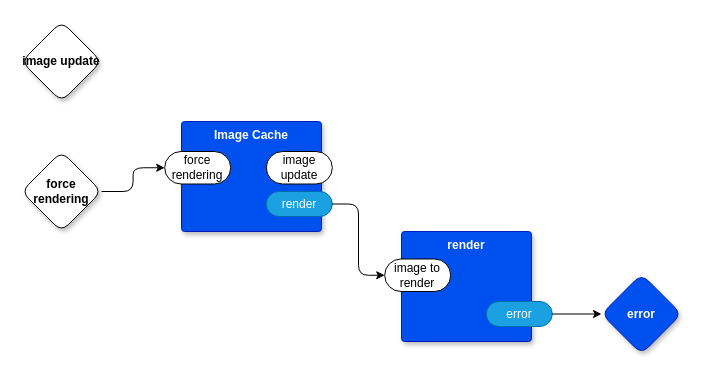
This is page "viewer" (3 of 4) of kartik.drawio from guitarvydas/kartik, a draw.io file, before an edit. Source tidied: cells renumbered, new cells numbered last; positions are measured from the earlier drawing's top-left corner, leaving out a move shared by most shapes. Both pictures are drawn from the tidied source at 100%, with x=0, y=0 at pixel (21, 21).
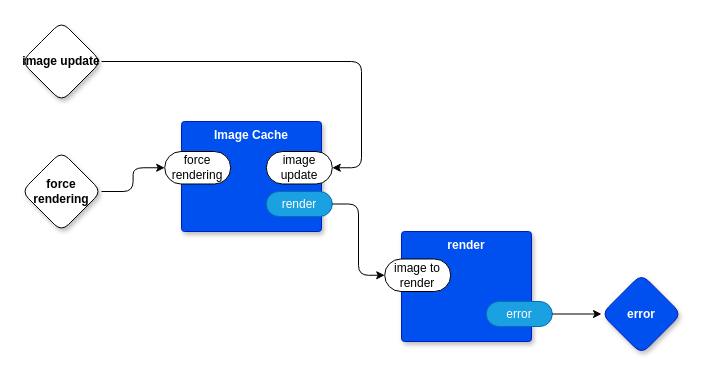
The same diagram, later.

Diff of the diagram source:
```diff
@@
 <mxGraphModel>
   <root>
     <mxCell id="0" />
     <mxCell id="1" parent="0" />
     <mxCell id="2" value="Image Cache" style="rounded=1;whiteSpace=wrap;html=1;sketch=0;verticalAlign=top;arcSize=6;fontStyle=1;absoluteArcSize=1;shadow=1;strokeColor=#001DBC;fillColor=#0050ef;fontColor=#ffffff;" parent="1" vertex="1">
       <mxGeometry x="160" y="100" width="140" height="110" as="geometry" />
     </mxCell>
     <mxCell id="3" value="force rendering" style="rounded=1;whiteSpace=wrap;html=1;sketch=0;points=[[0,0.5,0,0,0],[1,0.5,0,0,0]];arcSize=50;" parent="2" vertex="1">
       <mxGeometry x="-16.8" y="30" width="66" height="32.5" as="geometry" />
     </mxCell>
     <mxCell id="4" value="render" style="rounded=1;whiteSpace=wrap;html=1;sketch=0;points=[[0,0.5,0,0,0],[1,0.5,0,0,0]];fillColor=#1ba1e2;fontColor=#ffffff;strokeColor=#006EAF;arcSize=50;" parent="2" vertex="1">
       <mxGeometry x="84.8" y="70" width="66" height="25" as="geometry" />
     </mxCell>
     <mxCell id="5" value="image update" style="rounded=1;whiteSpace=wrap;html=1;sketch=0;points=[[0,0.5,0,0,0],[1,0.5,0,0,0]];arcSize=50;" parent="2" vertex="1">
       <mxGeometry x="84.8" y="30" width="66" height="32.5" as="geometry" />
     </mxCell>
     <mxCell id="6" value="render" style="rounded=1;whiteSpace=wrap;html=1;sketch=0;verticalAlign=top;arcSize=6;fontStyle=1;absoluteArcSize=1;shadow=1;strokeColor=#001DBC;fillColor=#0050ef;fontColor=#ffffff;" parent="1" vertex="1">
       <mxGeometry x="380" y="210" width="130" height="110" as="geometry" />
     </mxCell>
     <mxCell id="7" value="image to render" style="rounded=1;whiteSpace=wrap;html=1;sketch=0;points=[[0,0.5,0,0,0],[1,0.5,0,0,0]];arcSize=50;" parent="6" vertex="1">
       <mxGeometry x="-16.8" y="27.5" width="66" height="32.5" as="geometry" />
     </mxCell>
     <mxCell id="8" value="error" style="rounded=1;whiteSpace=wrap;html=1;sketch=0;points=[[0,0.5,0,0,0],[1,0.5,0,0,0]];fillColor=#1ba1e2;fontColor=#ffffff;strokeColor=#006EAF;arcSize=50;" parent="6" vertex="1">
       <mxGeometry x="84.8" y="70" width="66" height="25" as="geometry" />
     </mxCell>
     <mxCell id="9" style="edgeStyle=orthogonalEdgeStyle;shape=connector;rounded=1;jettySize=auto;html=1;exitX=1;exitY=0.5;exitDx=0;exitDy=0;exitPerimeter=0;entryX=0;entryY=0.5;entryDx=0;entryDy=0;entryPerimeter=0;labelBackgroundColor=default;strokeColor=default;fontFamily=Helvetica;fontSize=11;fontColor=default;endArrow=classic;" parent="1" edge="1" source="4" target="7">
       <mxGeometry relative="1" as="geometry" />
     </mxCell>
     <mxCell id="10" style="edgeStyle=orthogonalEdgeStyle;shape=connector;rounded=1;jettySize=auto;html=1;entryX=0;entryY=0.5;entryDx=0;entryDy=0;entryPerimeter=0;labelBackgroundColor=default;strokeColor=default;fontFamily=Helvetica;fontSize=11;fontColor=default;endArrow=classic;" parent="1" edge="1" source="11" target="3">
       <mxGeometry relative="1" as="geometry" />
     </mxCell>
     <mxCell id="11" value="force rendering" style="rhombus;whiteSpace=wrap;html=1;rounded=1;fontStyle=1;glass=0;sketch=0;fontSize=12;points=[[0,0.5,0,0,0],[0.5,0,0,0,0],[0.5,1,0,0,0],[1,0.5,0,0,0]];shadow=1;fontFamily=Helvetica;fontColor=default;" parent="1" vertex="1">
       <mxGeometry y="130" width="80" height="80" as="geometry" />
     </mxCell>
     <mxCell id="12" value="error" style="rhombus;whiteSpace=wrap;html=1;rounded=1;fillColor=#0050ef;fontColor=#ffffff;strokeColor=#001DBC;fontStyle=1;glass=0;sketch=0;fontSize=12;points=[[0,0.5,0,0,0],[0.5,0,0,0,0],[0.5,1,0,0,0],[1,0.5,0,0,0]];shadow=1;fontFamily=Helvetica;" parent="1" vertex="1">
       <mxGeometry x="580" y="252.5" width="80" height="80" as="geometry" />
     </mxCell>
     <mxCell id="13" style="edgeStyle=orthogonalEdgeStyle;shape=connector;rounded=1;jettySize=auto;html=1;exitX=1;exitY=0.5;exitDx=0;exitDy=0;exitPerimeter=0;labelBackgroundColor=default;strokeColor=default;fontFamily=Helvetica;fontSize=11;fontColor=default;endArrow=classic;" parent="1" edge="1" source="8" target="12">
       <mxGeometry relative="1" as="geometry" />
     </mxCell>
+    <mxCell id="15" style="edgeStyle=orthogonalEdgeStyle;shape=connector;rounded=1;jettySize=auto;html=1;exitX=1;exitY=0.5;exitDx=0;exitDy=0;exitPerimeter=0;entryX=1;entryY=0.5;entryDx=0;entryDy=0;entryPerimeter=0;labelBackgroundColor=default;strokeColor=default;fontFamily=Helvetica;fontSize=11;fontColor=default;endArrow=classic;" parent="1" edge="1" source="14" target="5">
+      <mxGeometry relative="1" as="geometry">
+        <Array as="points">
+          <mxPoint x="340" y="40" />
+          <mxPoint x="340" y="146" />
+        </Array>
+      </mxGeometry>
+    </mxCell>
     <mxCell id="14" value="image update" style="rhombus;whiteSpace=wrap;html=1;rounded=1;fontStyle=1;glass=0;sketch=0;fontSize=12;points=[[0,0.5,0,0,0],[0.5,0,0,0,0],[0.5,1,0,0,0],[1,0.5,0,0,0]];shadow=1;fontFamily=Helvetica;fontColor=default;" parent="1" vertex="1">
       <mxGeometry width="80" height="80" as="geometry" />
     </mxCell>
   </root>
 </mxGraphModel>
```
